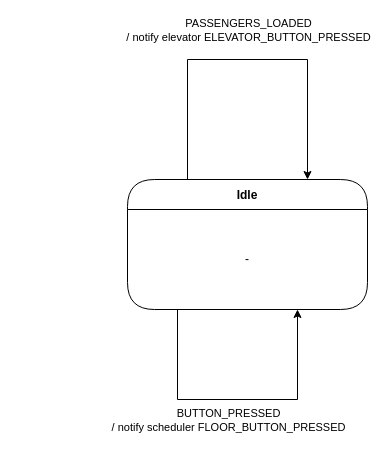
This is page "Floor" (3 of 3) of UML_Diagrams/UML_State_Diagram.drawio from robsim378/sysc_3303_project, a draw.io file, before an edit. Source tidied: cells renumbered, new cells numbered last; positions are measured from the earlier drawing's top-left corner, leaving out a move shared by most shapes. Both pictures are drawn from the tidied source at 100%, with x=0, y=0 at pixel (127, 59).
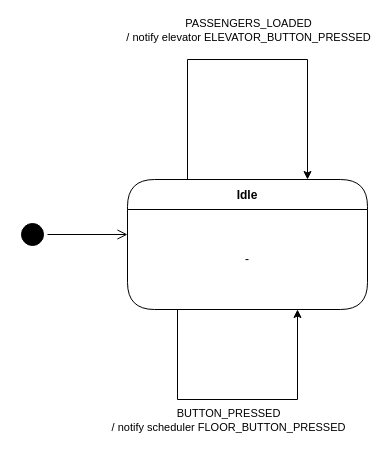
The same diagram, later.

Diff of the diagram source:
```diff
@@
 <mxGraphModel>
   <root>
     <mxCell id="0" />
     <mxCell id="1" parent="0" />
     <mxCell id="2" value="Idle" style="swimlane;fontStyle=1;align=center;verticalAlign=middle;horizontal=1;startSize=30;fontColor=#000000;rounded=1;arcSize=30;strokeColor=#000000;fillColor=#FFFFFF;swimlaneFillColor=#FFFFFF;" parent="1" vertex="1">
       <mxGeometry y="120" width="240" height="130" as="geometry" />
     </mxCell>
     <mxCell id="3" value="-" style="text;html=1;strokeColor=none;fillColor=none;align=center;verticalAlign=middle;spacingLeft=4;spacingRight=4;whiteSpace=wrap;overflow=hidden;fontColor=#000000;" parent="2" vertex="1">
       <mxGeometry y="30" width="240" height="100" as="geometry" />
     </mxCell>
     <mxCell id="4" value="-" style="text;html=1;strokeColor=none;fillColor=none;align=center;verticalAlign=middle;spacingLeft=4;spacingRight=4;whiteSpace=wrap;overflow=hidden;fontColor=#000000;" parent="2" vertex="1">
       <mxGeometry y="130" width="240" as="geometry" />
     </mxCell>
     <mxCell id="5" style="edgeStyle=orthogonalEdgeStyle;rounded=0;orthogonalLoop=1;jettySize=auto;html=1;" parent="1" edge="1" source="2" target="2">
       <mxGeometry relative="1" as="geometry">
         <Array as="points">
           <mxPoint x="60" />
           <mxPoint x="180" />
         </Array>
       </mxGeometry>
     </mxCell>
     <mxCell id="6" value="PASSENGERS_LOADED&lt;br style=&quot;border-color: var(--border-color);&quot;&gt;/ notify elevator ELEVATOR_BUTTON_PRESSED" style="edgeLabel;html=1;align=center;verticalAlign=middle;" parent="5" vertex="1">
       <mxGeometry x="0.26" relative="1" as="geometry">
         <mxPoint x="-47" y="-30" as="offset" />
       </mxGeometry>
     </mxCell>
     <mxCell id="7" style="edgeStyle=orthogonalEdgeStyle;rounded=0;orthogonalLoop=1;jettySize=auto;html=1;" parent="1" edge="1" source="2" target="2">
       <mxGeometry relative="1" as="geometry">
         <Array as="points">
           <mxPoint x="50" y="340" />
           <mxPoint x="170" y="340" />
         </Array>
       </mxGeometry>
     </mxCell>
     <mxCell id="8" value="BUTTON_PRESSED&lt;br style=&quot;border-color: var(--border-color);&quot;&gt;/ notify scheduler FLOOR_BUTTON_PRESSED" style="edgeLabel;html=1;align=center;verticalAlign=middle;" parent="7" vertex="1">
       <mxGeometry x="0.26" relative="1" as="geometry">
         <mxPoint x="-49" y="20" as="offset" />
       </mxGeometry>
     </mxCell>
+    <mxCell id="9" style="ellipse;html=1;shape=startState;fillColor=#000000;strokeColor=#000000;" parent="1" vertex="1">
+      <mxGeometry x="-110" y="160" width="30" height="30" as="geometry" />
+    </mxCell>
+    <mxCell id="10" style="edgeStyle=orthogonalEdgeStyle;html=1;verticalAlign=bottom;endArrow=open;endSize=8;strokeColor=#000000;rounded=0;entryX=0;entryY=0.25;entryDx=0;entryDy=0;" parent="1" edge="1" source="9" target="3">
+      <mxGeometry relative="1" as="geometry" />
+    </mxCell>
   </root>
 </mxGraphModel>
```
